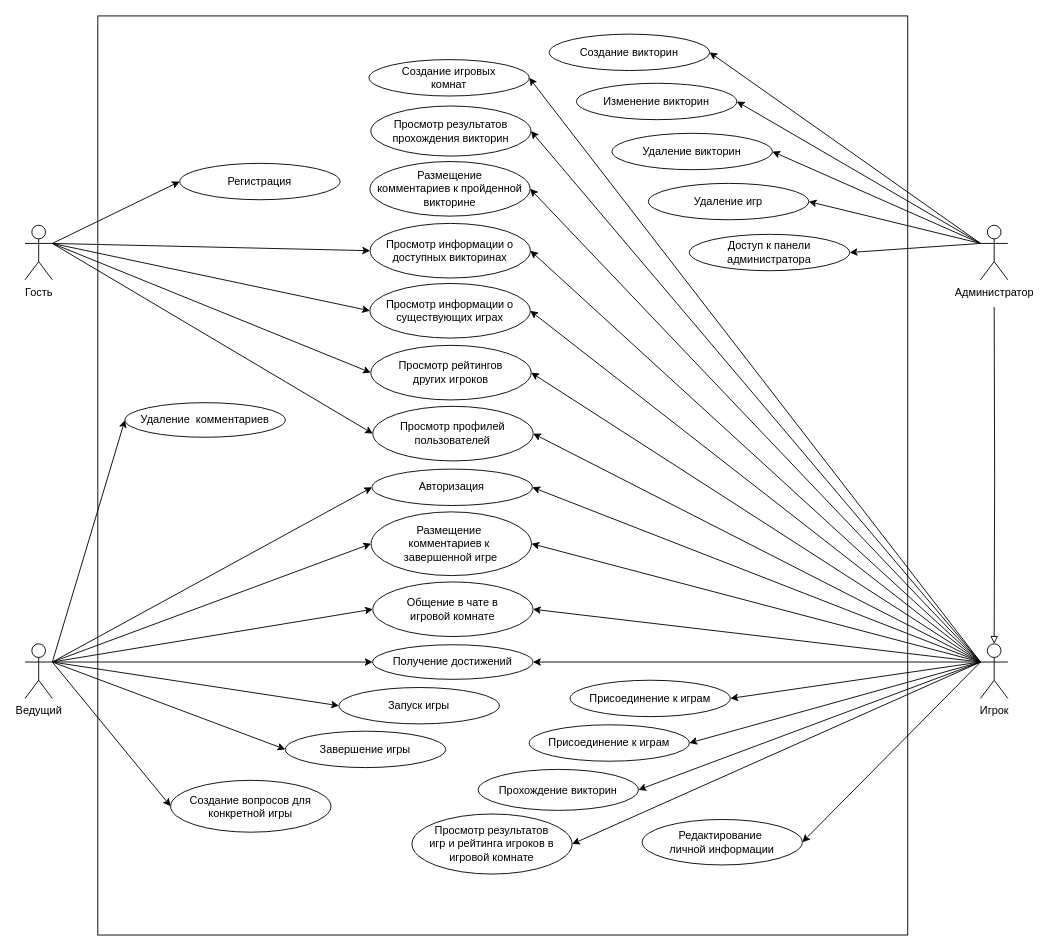
This is !GP_Documentation/DIAGRAMS/UseCase_v0.drawio.xml from pome1lo/Bellini, a draw.io file, before an edit. Source tidied: cells renumbered, new cells numbered last; positions are measured from the earlier drawing's top-left corner, leaving out a move shared by most shapes. Both pictures are drawn from the tidied source at 91%, with x=0, y=0 at pixel (25, 15).
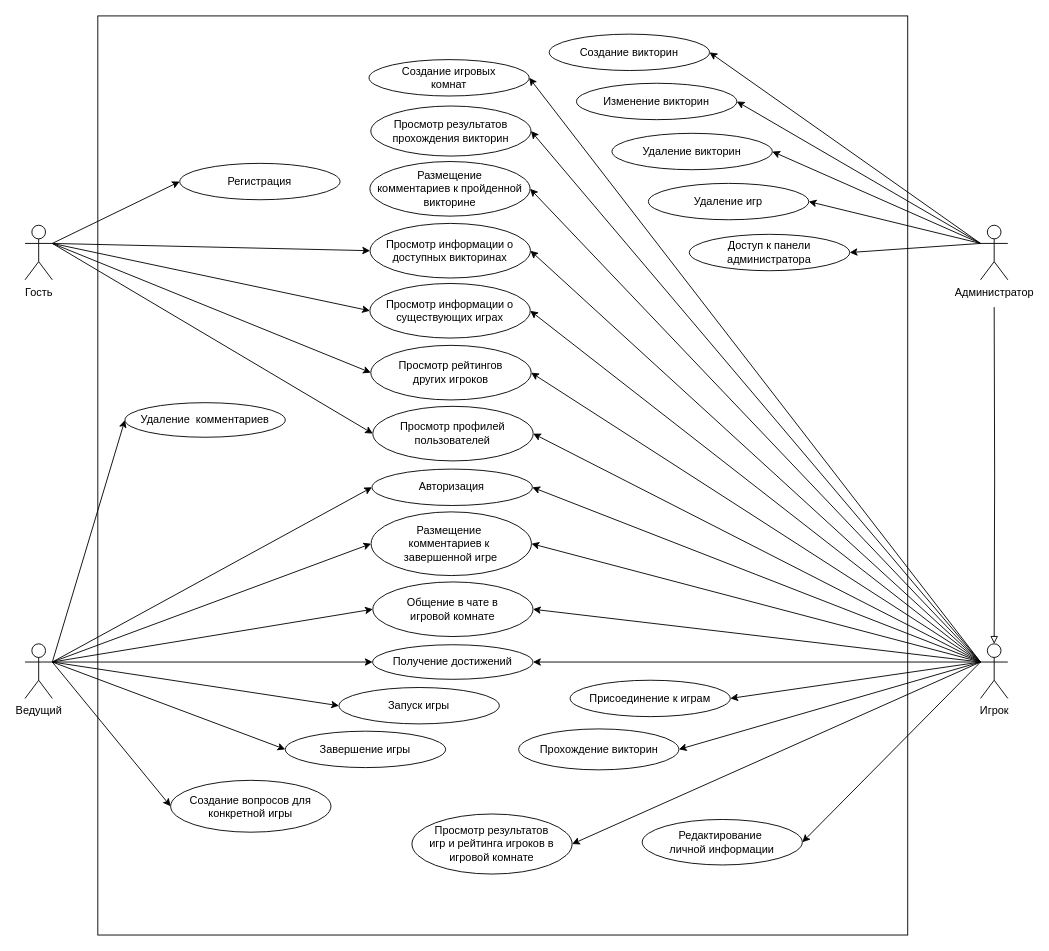
The same page after the edit.

Unchanged cells that the change refers to:
```xml
<mxCell id="22" value="Игрок" style="shape=umlActor;verticalLabelPosition=bottom;verticalAlign=top;html=1;outlineConnect=0;" parent="1" vertex="1">
  <mxGeometry x="1050" y="690" width="30" height="60" as="geometry" />
</mxCell>
```

What changed in the source:
```diff
@@
-    <mxCell id="17" style="rounded=0;jettySize=auto;html=1;exitX=0;exitY=0.3333333333333333;exitDx=0;exitDy=0;exitPerimeter=0;entryX=1;entryY=0.5;entryDx=0;entryDy=0;" parent="1" edge="1" source="22" target="74">
-      <mxGeometry relative="1" as="geometry" />
-    </mxCell>
@@
-    <mxCell id="74" value="Присоединение&amp;nbsp;&lt;span style=&quot;background-color: initial;&quot;&gt;к играм&lt;/span&gt;" style="ellipse;whiteSpace=wrap;html=1;" parent="1" vertex="1">
-      <mxGeometry x="554" y="779" width="176" height="40" as="geometry" />
-    </mxCell>
@@
     <mxCell id="76" value="Прохождение викторин" style="ellipse;whiteSpace=wrap;html=1;" parent="1" vertex="1">
-      <mxGeometry x="498" y="828" width="176" height="45" as="geometry" />
+      <mxGeometry x="542.5" y="783.5" width="176" height="45" as="geometry" />
     </mxCell>
```
